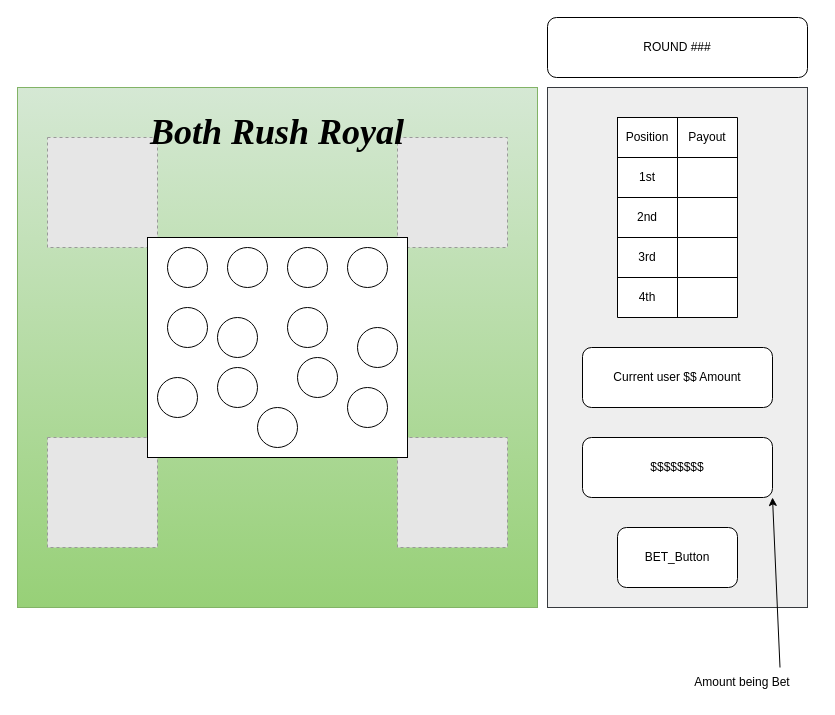
Before: page "Main in-game process" (1 of 2) of docs/sketching.drawio in WilmerSoriano/RushBots_Royal, a draw.io diagram. Source tidied: cells renumbered, new cells numbered last; positions are measured from the earlier drawing's top-left corner, leaving out a move shared by most shapes. Both pictures are drawn from the tidied source at 100%, with x=0, y=0 at pixel (17, 17). Pictures stored in the file or linked from it are replaced by grey dashed boxes.
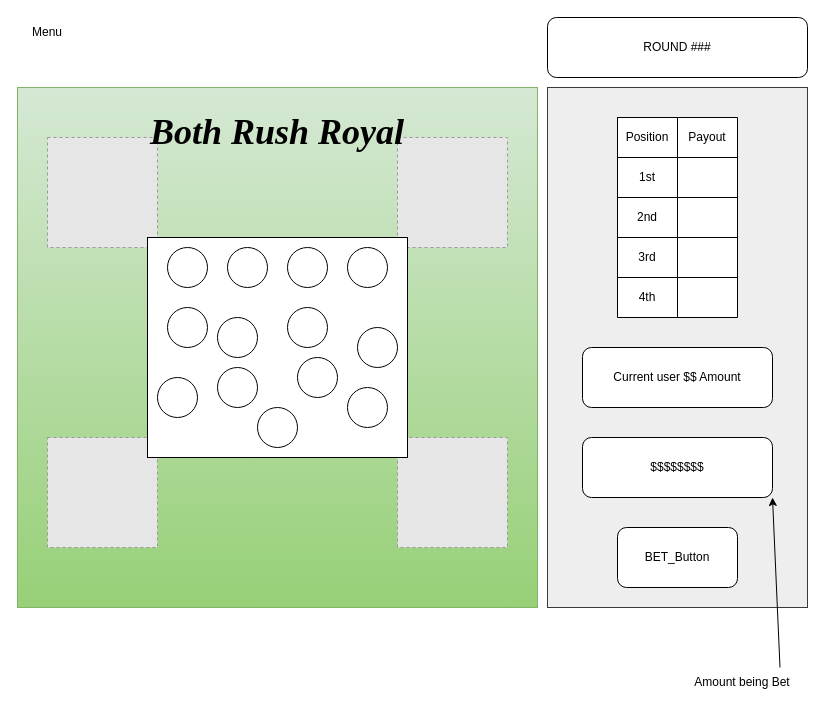
The same page after the edit.

Commit message:
added menu button

The edit, as a diff of the source:
```diff
@@
+    <mxCell id="46" value="&lt;div&gt;Menu&lt;/div&gt;" style="text;html=1;whiteSpace=wrap;strokeColor=none;fillColor=none;align=center;verticalAlign=middle;rounded=0;" parent="1" vertex="1">
+      <mxGeometry width="60" height="30" as="geometry" />
+    </mxCell>
```
